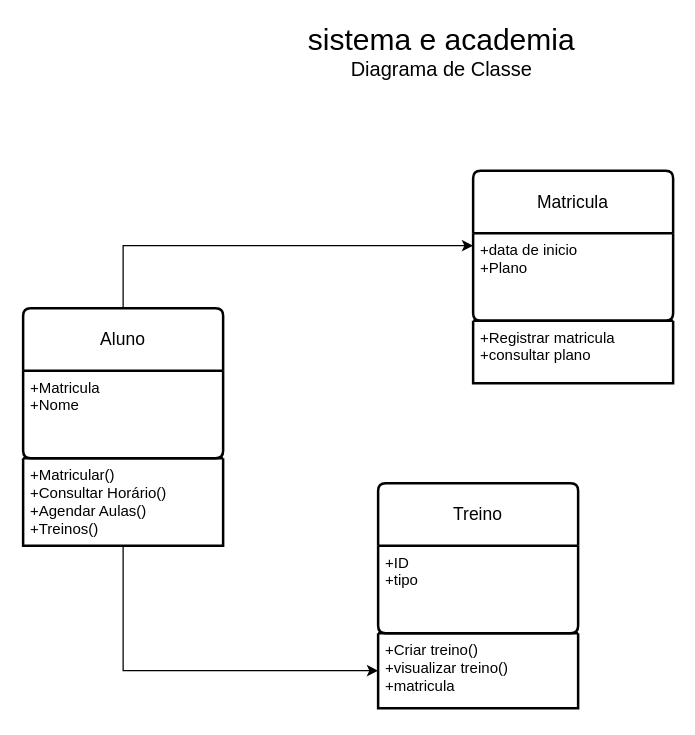
The draw.io diagram page "Página-14" (14 of 17) of Diagrama sem nome.drawio in jkkauany/diagramaderequisitos, before the edit. Source tidied: cells renumbered, new cells numbered last; positions are measured from the earlier drawing's top-left corner, leaving out a move shared by most shapes. Both pictures are drawn from the tidied source at 125%, with x=0, y=0 at pixel (22, 32).
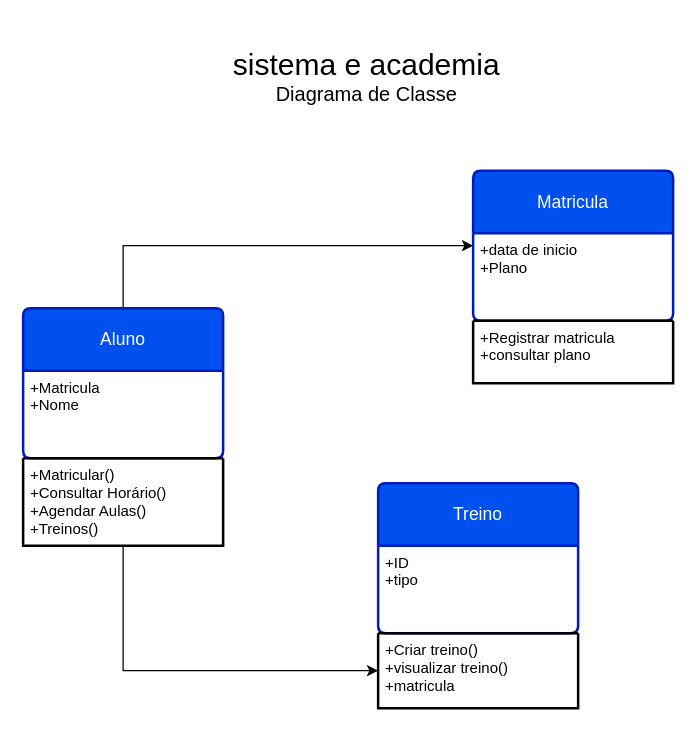
Above is the later version.

The edit, as a diff of the source:
```diff
@@
 <mxGraphModel>
   <root>
     <mxCell id="0" />
     <mxCell id="1" parent="0" />
     <mxCell id="2" value="&lt;font style=&quot;font-size: 24px;&quot;&gt;sistema e academia&lt;/font&gt;&lt;div&gt;&lt;font size=&quot;3&quot;&gt;Diagrama de Classe&lt;/font&gt;&lt;/div&gt;" style="text;html=1;align=center;verticalAlign=middle;whiteSpace=wrap;rounded=0;" parent="1" vertex="1">
-      <mxGeometry x="170" width="330" height="30" as="geometry" />
+      <mxGeometry x="110" y="20" width="330" height="30" as="geometry" />
     </mxCell>
     <mxCell id="3" style="edgeStyle=orthogonalEdgeStyle;rounded=0;jettySize=auto;html=1;exitX=0.5;exitY=0;exitDx=0;exitDy=0;entryX=0;entryY=0.5;entryDx=0;entryDy=0;" parent="1" edge="1" source="4" target="12">
       <mxGeometry relative="1" as="geometry" />
     </mxCell>
-    <mxCell id="4" value="Aluno" style="swimlane;horizontal=1;startSize=50;rounded=1;fontSize=14;fontStyle=0;strokeWidth=2;shadow=0;dashed=0;align=center;arcSize=4;whiteSpace=wrap;html=1;" parent="1" vertex="1">
+    <mxCell id="4" value="Aluno" style="swimlane;horizontal=1;startSize=50;rounded=1;fontSize=14;fontStyle=0;strokeWidth=2;shadow=0;dashed=0;align=center;arcSize=4;whiteSpace=wrap;html=1;fillColor=#0050ef;fontColor=#ffffff;strokeColor=#001DBC;" parent="1" vertex="1">
       <mxGeometry y="220" width="160" height="120" as="geometry" />
     </mxCell>
     <mxCell id="5" value="+Matricula&lt;div&gt;+Nome&lt;/div&gt;&lt;div&gt;&lt;br&gt;&lt;/div&gt;" style="align=left;strokeColor=none;fillColor=none;spacingLeft=4;spacingRight=4;fontSize=12;verticalAlign=top;html=1;whiteSpace=wrap;" parent="4" vertex="1">
       <mxGeometry y="50" width="160" height="70" as="geometry" />
     </mxCell>
     <mxCell id="6" style="swimlane;horizontal=1;startSize=0;rounded=1;fontSize=14;fontStyle=0;strokeWidth=2;shadow=0;dashed=0;align=center;arcSize=4;whiteSpace=wrap;html=1;" parent="1" vertex="1">
       <mxGeometry y="340" width="160" height="70" as="geometry" />
     </mxCell>
     <mxCell id="7" value="+Matricular()&lt;div&gt;+Consultar Horário()&lt;/div&gt;&lt;div&gt;+Agendar Aulas()&lt;/div&gt;&lt;div&gt;+Treinos()&lt;/div&gt;" style="align=left;strokeColor=none;fillColor=none;spacingLeft=4;spacingRight=4;fontSize=12;verticalAlign=top;html=1;whiteSpace=wrap;" parent="6" vertex="1">
       <mxGeometry width="160" height="70" as="geometry" />
     </mxCell>
-    <mxCell id="8" value="Treino" style="swimlane;horizontal=1;startSize=50;rounded=1;fontSize=14;fontStyle=0;strokeWidth=2;shadow=0;dashed=0;align=center;arcSize=4;whiteSpace=wrap;html=1;" parent="1" vertex="1">
+    <mxCell id="8" value="Treino" style="swimlane;horizontal=1;startSize=50;rounded=1;fontSize=14;fontStyle=0;strokeWidth=2;shadow=0;dashed=0;align=center;arcSize=4;whiteSpace=wrap;html=1;fillColor=#0050ef;fontColor=#ffffff;strokeColor=#001DBC;" parent="1" vertex="1">
       <mxGeometry x="284" y="360" width="160" height="120" as="geometry" />
     </mxCell>
     <mxCell id="9" value="+ID&lt;div&gt;+tipo&lt;/div&gt;&lt;div&gt;&lt;br&gt;&lt;/div&gt;" style="align=left;strokeColor=none;fillColor=none;spacingLeft=4;spacingRight=4;fontSize=12;verticalAlign=top;html=1;whiteSpace=wrap;" parent="8" vertex="1">
       <mxGeometry y="50" width="160" height="70" as="geometry" />
     </mxCell>
     <mxCell id="10" style="swimlane;horizontal=1;startSize=0;rounded=1;fontSize=14;fontStyle=0;strokeWidth=2;shadow=0;dashed=0;align=center;arcSize=4;whiteSpace=wrap;html=1;" parent="1" vertex="1">
       <mxGeometry x="284" y="480" width="160" height="60" as="geometry" />
     </mxCell>
     <mxCell id="11" value="+Criar treino()&lt;div&gt;+visualizar treino()&lt;/div&gt;&lt;div&gt;+matricula&lt;/div&gt;&lt;div&gt;&lt;br&gt;&lt;/div&gt;" style="align=left;strokeColor=none;fillColor=none;spacingLeft=4;spacingRight=4;fontSize=12;verticalAlign=top;html=1;whiteSpace=wrap;" parent="10" vertex="1">
       <mxGeometry width="160" height="60" as="geometry" />
     </mxCell>
-    <mxCell id="12" value="Matricula" style="swimlane;horizontal=1;startSize=50;rounded=1;fontSize=14;fontStyle=0;strokeWidth=2;shadow=0;dashed=0;align=center;arcSize=4;whiteSpace=wrap;html=1;" parent="1" vertex="1">
+    <mxCell id="12" value="Matricula" style="swimlane;horizontal=1;startSize=50;rounded=1;fontSize=14;fontStyle=0;strokeWidth=2;shadow=0;dashed=0;align=center;arcSize=4;whiteSpace=wrap;html=1;fillColor=#0050ef;fontColor=#ffffff;strokeColor=#001DBC;" parent="1" vertex="1">
       <mxGeometry x="360" y="110" width="160" height="120" as="geometry" />
     </mxCell>
     <mxCell id="13" value="+data de inicio&lt;div&gt;+Plano&lt;/div&gt;&lt;div&gt;&lt;br&gt;&lt;/div&gt;&lt;div&gt;&lt;br&gt;&lt;/div&gt;" style="align=left;strokeColor=none;fillColor=none;spacingLeft=4;spacingRight=4;fontSize=12;verticalAlign=top;html=1;whiteSpace=wrap;" parent="12" vertex="1">
       <mxGeometry y="50" width="160" height="70" as="geometry" />
     </mxCell>
     <mxCell id="14" style="swimlane;horizontal=1;startSize=0;rounded=1;fontSize=14;fontStyle=0;strokeWidth=2;shadow=0;dashed=0;align=center;arcSize=4;whiteSpace=wrap;html=1;" parent="1" vertex="1">
       <mxGeometry x="360" y="230" width="160" height="50" as="geometry" />
     </mxCell>
     <mxCell id="15" value="+Registrar matricula&lt;div&gt;+consultar plano&lt;/div&gt;" style="align=left;strokeColor=none;fillColor=none;spacingLeft=4;spacingRight=4;fontSize=12;verticalAlign=top;html=1;whiteSpace=wrap;" parent="14" vertex="1">
       <mxGeometry width="160" height="50" as="geometry" />
     </mxCell>
     <mxCell id="16" style="edgeStyle=orthogonalEdgeStyle;rounded=0;jettySize=auto;html=1;exitX=0.5;exitY=1;exitDx=0;exitDy=0;entryX=0;entryY=0.5;entryDx=0;entryDy=0;" parent="1" edge="1" source="7" target="11">
       <mxGeometry relative="1" as="geometry" />
     </mxCell>
   </root>
 </mxGraphModel>
```
